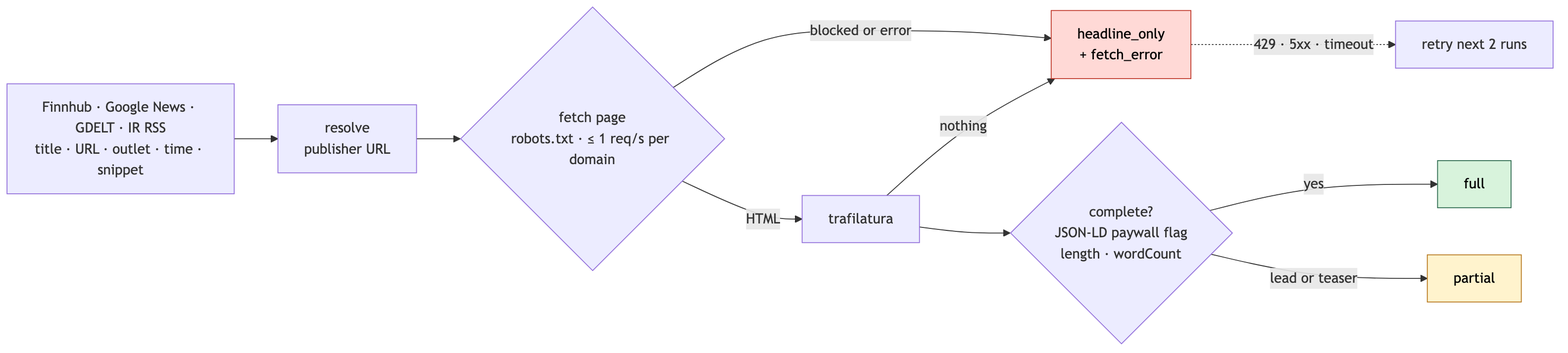
Earlier version of the Mermaid export docs/diagrams/news-body.png (RyanKim04/invest-agent). Its source is kept beside it as docs/diagrams/news-body.mmd. Its diagram source:
```mermaid
flowchart LR
    D["Finnhub · Google News · GDELT · IR RSS<br/>title · URL · outlet · time · snippet"] --> U["resolve<br/>publisher URL"]
    U --> F{"fetch page<br/>robots.txt · ≤ 1 req/s per domain"}
    F -->|blocked or error| H["headline_only<br/>+ fetch_error"]
    F -->|HTML| E["trafilatura"]
    E -->|nothing| H
    E --> C{"complete?<br/>JSON-LD paywall flag<br/>length · wordCount"}
    C -->|yes| FULL["full"]
    C -->|lead or teaser| P["partial"]
    H -.->|429 · 5xx · timeout| R["retry next 2 runs"]

    classDef good fill:#d8f3dc,stroke:#2d6a4f,color:#000
    classDef mid fill:#fff3cd,stroke:#b7791f,color:#000
    classDef bad fill:#ffd9d6,stroke:#c0392b,color:#000
    class FULL good
    class P mid
    class H bad
```
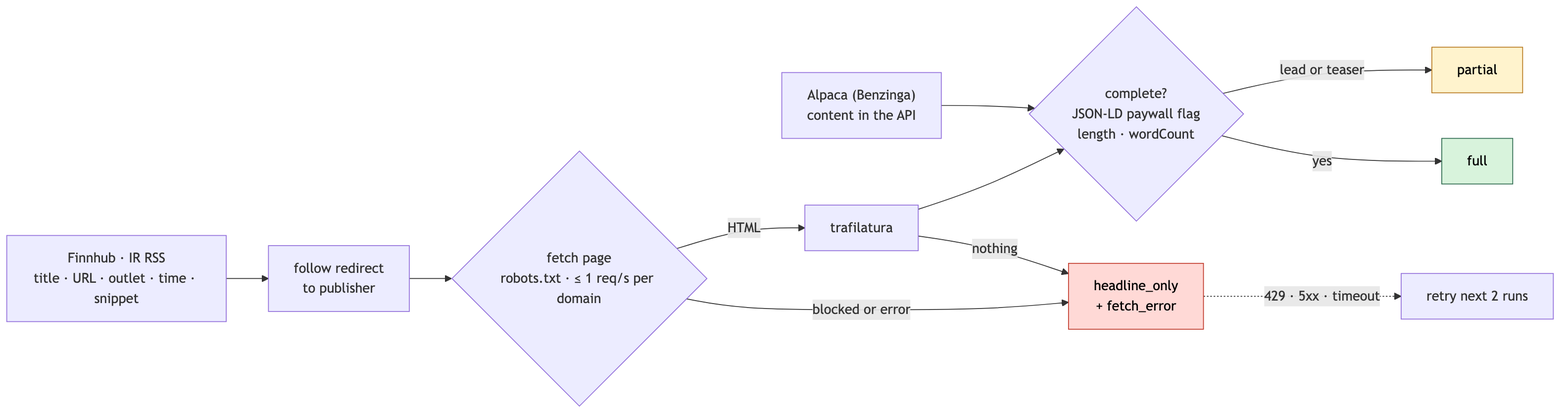
Above is the later version.

Diff of the diagram source:
```diff
@@ -1,6 +1,7 @@
 flowchart LR
-    D["Finnhub · Google News · GDELT · IR RSS<br/>title · URL · outlet · time · snippet"] --> U["resolve<br/>publisher URL"]
+    D["Finnhub · IR RSS<br/>title · URL · outlet · time · snippet"] --> U["follow redirect<br/>to publisher"]
     U --> F{"fetch page<br/>robots.txt · ≤ 1 req/s per domain"}
+    A["Alpaca (Benzinga)<br/>content in the API"] --> C
     F -->|blocked or error| H["headline_only<br/>+ fetch_error"]
     F -->|HTML| E["trafilatura"]
     E -->|nothing| H
```
